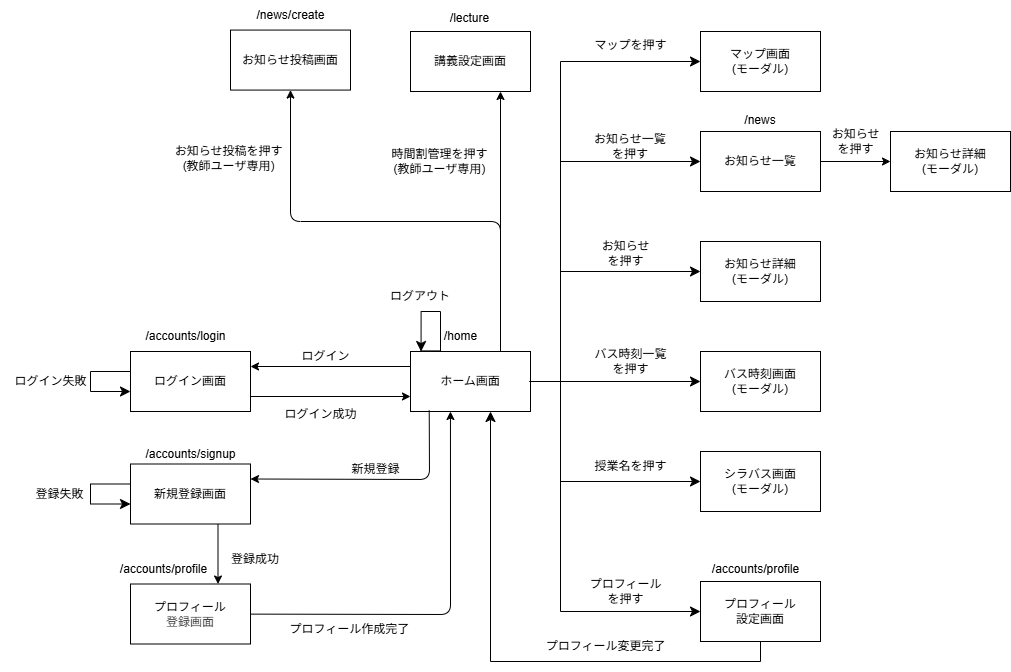
Above: docs/画面遷移図.drawio.png in haru186f/link-plus (draw.io), before the change. Source tidied: cells renumbered, new cells last; positions are measured from the earlier drawing's top-left corner, leaving out a move shared by most shapes.
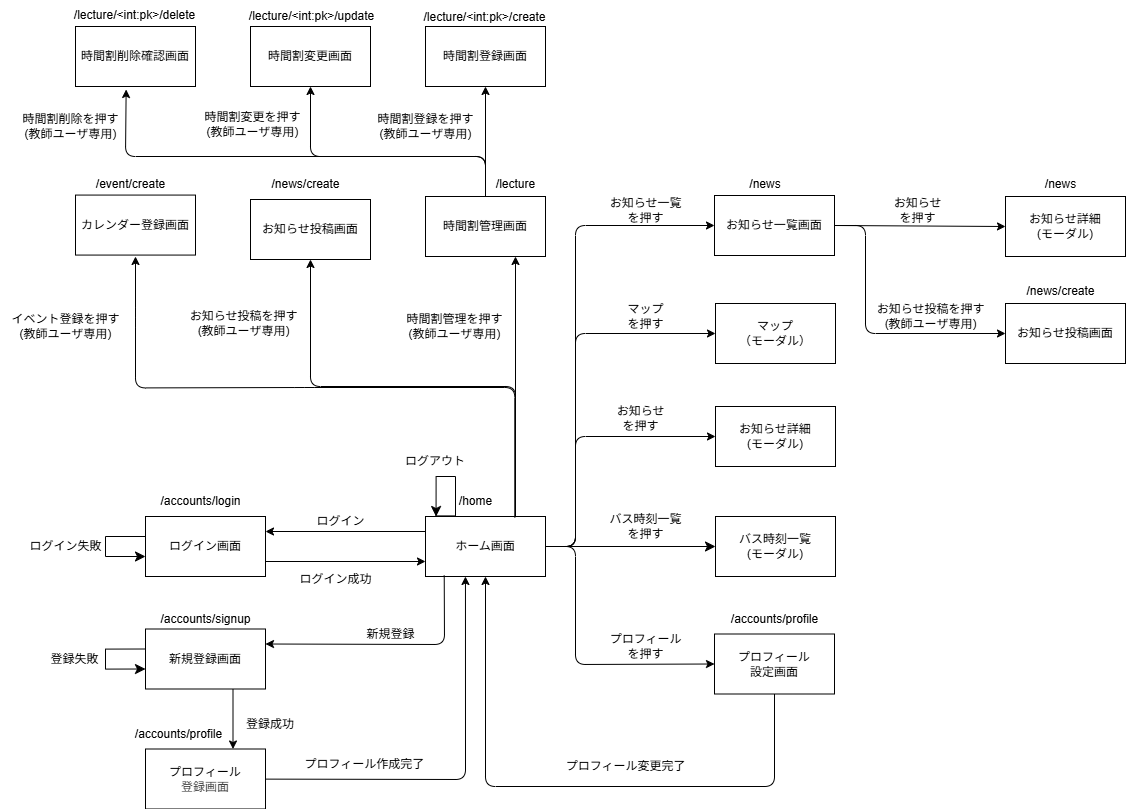
After the commit.

Commit message:
docs: 画面遷移図の修正

What changed in the source:
```diff
@@ -8,6 +8,38 @@
     <mxCell id="3" value="ログイン画面" style="rounded=0;whiteSpace=wrap;html=1;" parent="1" vertex="1">
       <mxGeometry x="130" y="351" width="120" height="60" as="geometry" />
     </mxCell>
+    <mxCell id="62" style="edgeStyle=none;html=1;exitX=1;exitY=0.5;exitDx=0;exitDy=0;entryX=0;entryY=0.5;entryDx=0;entryDy=0;" parent="1" edge="1" source="4" target="13">
+      <mxGeometry relative="1" as="geometry">
+        <Array as="points">
+          <mxPoint x="560" y="381" />
+          <mxPoint x="560" y="499" />
+        </Array>
+      </mxGeometry>
+    </mxCell>
+    <mxCell id="63" style="edgeStyle=none;html=1;entryX=0;entryY=0.5;entryDx=0;entryDy=0;" parent="1" edge="1" source="4" target="76">
+      <mxGeometry relative="1" as="geometry">
+        <Array as="points">
+          <mxPoint x="560" y="381" />
+          <mxPoint x="560" y="168" />
+        </Array>
+      </mxGeometry>
+    </mxCell>
+    <mxCell id="64" style="edgeStyle=none;html=1;exitX=1;exitY=0.5;exitDx=0;exitDy=0;entryX=0;entryY=0.5;entryDx=0;entryDy=0;" parent="1" edge="1" source="4" target="48">
+      <mxGeometry relative="1" as="geometry">
+        <Array as="points">
+          <mxPoint x="560" y="381" />
+          <mxPoint x="560" y="60" />
+        </Array>
+      </mxGeometry>
+    </mxCell>
+    <mxCell id="65" style="edgeStyle=none;html=1;exitX=1;exitY=0.5;exitDx=0;exitDy=0;entryX=0;entryY=0.5;entryDx=0;entryDy=0;" parent="1" edge="1" source="4" target="9">
+      <mxGeometry relative="1" as="geometry">
+        <Array as="points">
+          <mxPoint x="560" y="381" />
+          <mxPoint x="560" y="271" />
+        </Array>
+      </mxGeometry>
+    </mxCell>
     <mxCell id="4" value="ホーム画面" style="rounded=0;whiteSpace=wrap;html=1;" parent="1" vertex="1">
       <mxGeometry x="410" y="351" width="120" height="60" as="geometry" />
     </mxCell>
@@ -29,48 +61,27 @@
     <mxCell id="9" value="お知らせ詳細&lt;br&gt;(モーダル)" style="rounded=0;whiteSpace=wrap;html=1;" parent="1" vertex="1">
       <mxGeometry x="700" y="241" width="120" height="60" as="geometry" />
     </mxCell>
-    <mxCell id="10" value="バス時刻画面&lt;br&gt;(モーダル)" style="rounded=0;whiteSpace=wrap;html=1;" parent="1" vertex="1">
+    <mxCell id="10" value="バス時刻一覧&lt;br&gt;(モーダル)" style="rounded=0;whiteSpace=wrap;html=1;" parent="1" vertex="1">
       <mxGeometry x="700" y="351" width="120" height="60" as="geometry" />
     </mxCell>
-    <mxCell id="11" value="マップ画面&lt;br&gt;(モーダル)" style="rounded=0;whiteSpace=wrap;html=1;" parent="1" vertex="1">
-      <mxGeometry x="700" y="31" width="120" height="60" as="geometry" />
-    </mxCell>
-    <mxCell id="12" style="edgeStyle=segmentEdgeStyle;endArrow=classic;html=1;curved=0;rounded=0;endSize=8;startSize=8;exitX=1;exitY=0.5;exitDx=0;exitDy=0;entryX=0;entryY=0.5;entryDx=0;entryDy=0;" parent="1" edge="1" source="4" target="11">
-      <mxGeometry relative="1" as="geometry">
-        <Array as="points">
-          <mxPoint x="560" y="381" />
-          <mxPoint x="560" y="61" />
-        </Array>
-      </mxGeometry>
-    </mxCell>
+    <mxCell id="66" style="edgeStyle=none;html=1;exitX=0.5;exitY=1;exitDx=0;exitDy=0;entryX=0.5;entryY=1;entryDx=0;entryDy=0;" parent="1" edge="1" source="13" target="4">
+      <mxGeometry relative="1" as="geometry">
+        <Array as="points">
+          <mxPoint x="759" y="621" />
+          <mxPoint x="470" y="621" />
+        </Array>
+      </mxGeometry>
+    </mxCell>
     <mxCell id="13" value="プロフィール&lt;div&gt;設定画面&lt;/div&gt;" style="rounded=0;whiteSpace=wrap;html=1;" parent="1" vertex="1">
-      <mxGeometry x="700" y="581" width="120" height="60" as="geometry" />
+      <mxGeometry x="699" y="468.5" width="120" height="60" as="geometry" />
     </mxCell>
-    <mxCell id="14" style="edgeStyle=segmentEdgeStyle;endArrow=classic;html=1;curved=0;rounded=0;endSize=8;startSize=8;entryX=0;entryY=0.5;entryDx=0;entryDy=0;" parent="1" edge="1" target="9">
-      <mxGeometry relative="1" as="geometry">
-        <mxPoint x="530" y="381" as="sourcePoint" />
-        <Array as="points">
-          <mxPoint x="560" y="381" />
-          <mxPoint x="560" y="271" />
-        </Array>
-      </mxGeometry>
-    </mxCell>
     <mxCell id="15" style="edgeStyle=segmentEdgeStyle;endArrow=classic;html=1;curved=0;rounded=0;endSize=8;startSize=8;entryX=0;entryY=0.5;entryDx=0;entryDy=0;" parent="1" edge="1" target="10">
       <mxGeometry relative="1" as="geometry">
         <mxPoint x="530" y="381" as="sourcePoint" />
       </mxGeometry>
     </mxCell>
-    <mxCell id="16" style="edgeStyle=segmentEdgeStyle;endArrow=classic;html=1;curved=0;rounded=0;endSize=8;startSize=8;entryX=0;entryY=0.5;entryDx=0;entryDy=0;" parent="1" edge="1" target="13">
-      <mxGeometry relative="1" as="geometry">
-        <mxPoint x="530" y="381" as="sourcePoint" />
-        <Array as="points">
-          <mxPoint x="560" y="381" />
-          <mxPoint x="560" y="611" />
-        </Array>
-      </mxGeometry>
-    </mxCell>
-    <mxCell id="17" value="マップを押す" style="text;html=1;align=center;verticalAlign=middle;strokeColor=none;fillColor=none;" parent="1" vertex="1">
-      <mxGeometry x="580" y="30" width="100" height="30" as="geometry" />
+    <mxCell id="17" value="お知らせ一覧&lt;br&gt;を押す" style="text;html=1;align=center;verticalAlign=middle;strokeColor=none;fillColor=none;" parent="1" vertex="1">
+      <mxGeometry x="580" y="25" width="100" height="40" as="geometry" />
     </mxCell>
     <mxCell id="18" value="お知らせ&lt;br&gt;を押す" style="text;html=1;align=center;verticalAlign=middle;strokeColor=none;fillColor=none;" parent="1" vertex="1">
       <mxGeometry x="590" y="233" width="70" height="40" as="geometry" />
@@ -79,7 +90,7 @@
       <mxGeometry x="580" y="341" width="100" height="40" as="geometry" />
     </mxCell>
     <mxCell id="20" value="プロフィール&lt;div&gt;を押す&lt;/div&gt;" style="text;html=1;align=center;verticalAlign=middle;strokeColor=none;fillColor=none;" parent="1" vertex="1">
-      <mxGeometry x="575" y="571" width="100" height="40" as="geometry" />
+      <mxGeometry x="580" y="460.5" width="100" height="40" as="geometry" />
     </mxCell>
     <mxCell id="21" value="&lt;span style=&quot;color: rgb(0, 0, 0);&quot;&gt;プロフィール&lt;/span&gt;&lt;br style=&quot;color: rgb(63, 63, 63); scrollbar-color: rgb(226, 226, 226) rgb(251, 251, 251);&quot;&gt;&lt;div style=&quot;color: rgb(63, 63, 63); scrollbar-color: rgb(226, 226, 226) rgb(251, 251, 251);&quot;&gt;登録画面&lt;/div&gt;" style="rounded=0;whiteSpace=wrap;html=1;" parent="1" vertex="1">
       <mxGeometry x="130" y="583.5" width="120" height="60" as="geometry" />
@@ -105,51 +116,30 @@
       <mxGeometry x="430" y="321" width="60" height="30" as="geometry" />
     </mxCell>
     <mxCell id="26" value="/accounts/profile" style="text;html=1;align=center;verticalAlign=middle;strokeColor=none;fillColor=none;" parent="1" vertex="1">
-      <mxGeometry x="700" y="553.5" width="110" height="30" as="geometry" />
+      <mxGeometry x="704" y="438.5" width="110" height="30" as="geometry" />
     </mxCell>
-    <mxCell id="27" value="シラバス画面&lt;br&gt;(モーダル)" style="rounded=0;whiteSpace=wrap;html=1;" parent="1" vertex="1">
-      <mxGeometry x="700" y="451" width="120" height="60" as="geometry" />
-    </mxCell>
-    <mxCell id="28" style="edgeStyle=segmentEdgeStyle;endArrow=classic;html=1;curved=0;rounded=0;endSize=8;startSize=8;entryX=0;entryY=0.5;entryDx=0;entryDy=0;exitX=1;exitY=0.5;exitDx=0;exitDy=0;" parent="1" edge="1" source="4" target="27">
-      <mxGeometry relative="1" as="geometry">
-        <Array as="points">
-          <mxPoint x="560" y="381" />
-          <mxPoint x="560" y="481" />
-        </Array>
-      </mxGeometry>
-    </mxCell>
-    <mxCell id="29" value="授業名を押す" style="text;html=1;align=center;verticalAlign=middle;strokeColor=none;fillColor=none;" parent="1" vertex="1">
-      <mxGeometry x="580" y="451" width="100" height="30" as="geometry" />
-    </mxCell>
-    <mxCell id="30" style="edgeStyle=segmentEdgeStyle;endArrow=classic;html=1;curved=0;rounded=0;endSize=8;startSize=8;exitX=0.5;exitY=1;exitDx=0;exitDy=0;" parent="1" edge="1" source="13">
-      <mxGeometry relative="1" as="geometry">
-        <mxPoint x="490" y="411" as="targetPoint" />
-        <Array as="points">
-          <mxPoint x="760" y="661" />
-          <mxPoint x="490" y="661" />
-          <mxPoint x="490" y="411" />
-        </Array>
-      </mxGeometry>
-    </mxCell>
-    <mxCell id="31" value="プロフィール変更完了" style="text;html=1;align=center;verticalAlign=middle;strokeColor=none;fillColor=none;" parent="1" vertex="1">
-      <mxGeometry x="535" y="631" width="140" height="30" as="geometry" />
-    </mxCell>
     <mxCell id="32" value="ログイン" style="text;html=1;align=center;verticalAlign=middle;strokeColor=none;fillColor=none;" parent="1" vertex="1">
       <mxGeometry x="290" y="341" width="70" height="30" as="geometry" />
     </mxCell>
-    <mxCell id="33" style="edgeStyle=none;html=1;exitX=0.75;exitY=0;exitDx=0;exitDy=0;" parent="1" edge="1" target="36">
-      <mxGeometry relative="1" as="geometry">
-        <mxPoint x="499.3" y="29.6" as="sourcePoint" />
-      </mxGeometry>
-    </mxCell>
+    <mxCell id="67" style="edgeStyle=none;html=1;entryX=0.5;entryY=1;entryDx=0;entryDy=0;" parent="1" edge="1" source="34" target="74">
+      <mxGeometry relative="1" as="geometry" />
+    </mxCell>
+    <mxCell id="68" style="edgeStyle=none;html=1;entryX=0.5;entryY=1;entryDx=0;entryDy=0;" parent="1" edge="1" source="34" target="82">
+      <mxGeometry relative="1" as="geometry">
+        <Array as="points">
+          <mxPoint x="470" y="-9" />
+          <mxPoint x="295" y="-9" />
+        </Array>
+      </mxGeometry>
+    </mxCell>
-    <mxCell id="34" value="講義設定画面" style="rounded=0;whiteSpace=wrap;html=1;" parent="1" vertex="1">
+    <mxCell id="34" value="時間割管理画面" style="rounded=0;whiteSpace=wrap;html=1;" parent="1" vertex="1">
       <mxGeometry x="410" y="31" width="120" height="60" as="geometry" />
     </mxCell>
     <mxCell id="35" value="お知らせ投稿を押す&lt;br&gt;(教師ユーザ専用)" style="text;html=1;align=center;verticalAlign=middle;strokeColor=none;fillColor=none;" parent="1" vertex="1">
       <mxGeometry x="162.5" y="138" width="130" height="40" as="geometry" />
     </mxCell>
     <mxCell id="36" value="/lecture" style="text;html=1;align=center;verticalAlign=middle;points=[];strokeColor=none;fillColor=none;" parent="1" vertex="1">
-      <mxGeometry x="439.3" y="2.6" width="60" height="30" as="geometry" />
+      <mxGeometry x="470" y="4" width="60" height="30" as="geometry" />
     </mxCell>
     <mxCell id="37" style="edgeStyle=none;html=1;entryX=0.333;entryY=1;entryDx=0;entryDy=0;entryPerimeter=0;" parent="1" edge="1" source="21" target="4">
       <mxGeometry relative="1" as="geometry">
@@ -162,7 +152,7 @@
       <mxGeometry x="210" y="543.5" width="90" height="30" as="geometry" />
     </mxCell>
     <mxCell id="39" value="プロフィール作成完了" style="text;html=1;align=center;verticalAlign=middle;whiteSpace=wrap;rounded=0;" parent="1" vertex="1">
-      <mxGeometry x="287.5" y="613.5" width="122.5" height="30" as="geometry" />
+      <mxGeometry x="287.5" y="583.5" width="122.5" height="30" as="geometry" />
     </mxCell>
     <mxCell id="40" value="/accounts/login" style="text;html=1;align=center;verticalAlign=middle;strokeColor=none;fillColor=none;" parent="1" vertex="1">
       <mxGeometry x="135" y="321" width="100" height="30" as="geometry" />
@@ -190,16 +180,19 @@
     <mxCell id="45" value="ログイン成功" style="text;html=1;align=center;verticalAlign=middle;strokeColor=none;fillColor=none;" parent="1" vertex="1">
       <mxGeometry x="270" y="399" width="100" height="30" as="geometry" />
     </mxCell>
-    <mxCell id="46" style="edgeStyle=none;html=1;entryX=0;entryY=0.5;entryDx=0;entryDy=0;" parent="1" edge="1" source="48" target="55">
+    <mxCell id="46" style="edgeStyle=none;html=1;exitX=1;exitY=0.5;exitDx=0;exitDy=0;entryX=0;entryY=0.5;entryDx=0;entryDy=0;" parent="1" edge="1" source="48" target="55">
       <mxGeometry relative="1" as="geometry" />
     </mxCell>
-    <mxCell id="47" style="edgeStyle=none;html=1;exitX=0;exitY=0.5;exitDx=0;exitDy=0;" parent="1" edge="1" source="48">
-      <mxGeometry relative="1" as="geometry">
-        <mxPoint x="699.7" y="160.4" as="targetPoint" />
-      </mxGeometry>
-    </mxCell>
+    <mxCell id="69" style="edgeStyle=none;html=1;exitX=1;exitY=0.5;exitDx=0;exitDy=0;entryX=0;entryY=0.5;entryDx=0;entryDy=0;" parent="1" edge="1" source="48" target="78">
+      <mxGeometry relative="1" as="geometry">
+        <Array as="points">
+          <mxPoint x="850" y="60" />
+          <mxPoint x="850" y="168" />
+        </Array>
+      </mxGeometry>
+    </mxCell>
-    <mxCell id="48" value="お知らせ一覧" style="rounded=0;whiteSpace=wrap;html=1;" parent="1" vertex="1">
-      <mxGeometry x="700" y="131" width="120" height="60" as="geometry" />
+    <mxCell id="48" value="お知らせ一覧画面" style="rounded=0;whiteSpace=wrap;html=1;" parent="1" vertex="1">
+      <mxGeometry x="699" y="30" width="120" height="60" as="geometry" />
     </mxCell>
     <mxCell id="49" style="endArrow=classic;html=1;exitX=0.156;exitY=0.983;exitDx=0;exitDy=0;exitPerimeter=0;entryX=1;entryY=0.25;entryDx=0;entryDy=0;" parent="1" edge="1" source="4" target="7">
       <mxGeometry relative="1" as="geometry">
@@ -209,23 +202,11 @@
       </mxGeometry>
     </mxCell>
     <mxCell id="50" value="/news" style="text;html=1;align=center;verticalAlign=middle;whiteSpace=wrap;rounded=0;" parent="1" vertex="1">
-      <mxGeometry x="730" y="105" width="60" height="30" as="geometry" />
+      <mxGeometry x="720" y="4" width="60" height="30" as="geometry" />
     </mxCell>
     <mxCell id="51" value="新規登録" style="text;html=1;align=center;verticalAlign=middle;strokeColor=none;fillColor=none;" parent="1" vertex="1">
       <mxGeometry x="340" y="453.5" width="70" height="30" as="geometry" />
     </mxCell>
-    <mxCell id="52" style="edgeStyle=segmentEdgeStyle;endArrow=classic;html=1;curved=0;rounded=0;endSize=8;startSize=8;exitX=1;exitY=0.5;exitDx=0;exitDy=0;entryX=0;entryY=0.5;entryDx=0;entryDy=0;" parent="1" edge="1" target="48">
-      <mxGeometry relative="1" as="geometry">
-        <mxPoint x="528.8" y="381" as="sourcePoint" />
-        <Array as="points">
-          <mxPoint x="560" y="381" />
-          <mxPoint x="560" y="161" />
-        </Array>
-      </mxGeometry>
-    </mxCell>
-    <mxCell id="53" value="お知らせ一覧&lt;br&gt;を押す" style="text;html=1;align=center;verticalAlign=middle;whiteSpace=wrap;rounded=0;" parent="1" vertex="1">
-      <mxGeometry x="575" y="131" width="110" height="30" as="geometry" />
-    </mxCell>
     <mxCell id="54" style="edgeStyle=segmentEdgeStyle;endArrow=classic;html=1;curved=0;rounded=0;endSize=8;startSize=8;" parent="1" edge="1">
       <mxGeometry relative="1" as="geometry">
         <mxPoint x="130" y="371" as="sourcePoint" />
@@ -238,16 +219,16 @@
       </mxGeometry>
     </mxCell>
     <mxCell id="55" value="お知らせ詳細&lt;br&gt;(モーダル)" style="rounded=0;whiteSpace=wrap;html=1;" parent="1" vertex="1">
-      <mxGeometry x="890" y="131" width="120" height="60" as="geometry" />
+      <mxGeometry x="990" y="31" width="120" height="60" as="geometry" />
     </mxCell>
     <mxCell id="56" value="お知らせ&lt;br&gt;を押す" style="text;html=1;align=center;verticalAlign=middle;strokeColor=none;fillColor=none;" parent="1" vertex="1">
-      <mxGeometry x="820" y="121" width="70" height="40" as="geometry" />
+      <mxGeometry x="867" y="25" width="70" height="40" as="geometry" />
     </mxCell>
     <mxCell id="57" value="お知らせ投稿画面" style="rounded=0;whiteSpace=wrap;html=1;" parent="1" vertex="1">
-      <mxGeometry x="230" y="29.6" width="120" height="60" as="geometry" />
+      <mxGeometry x="235" y="34" width="120" height="60" as="geometry" />
     </mxCell>
     <mxCell id="58" value="/news/create" style="text;html=1;align=center;verticalAlign=middle;strokeColor=none;fillColor=none;" parent="1" vertex="1">
-      <mxGeometry x="245" y="-0.4" width="90" height="30" as="geometry" />
+      <mxGeometry x="245" y="3.6" width="90" height="30" as="geometry" />
     </mxCell>
     <mxCell id="59" value="時間割管理を押す&lt;br&gt;(教師ユーザ専用)" style="text;html=1;align=center;verticalAlign=middle;strokeColor=none;fillColor=none;" parent="1" vertex="1">
       <mxGeometry x="379.3" y="141" width="120" height="40" as="geometry" />
@@ -259,9 +240,86 @@
       <mxGeometry relative="1" as="geometry">
         <Array as="points">
           <mxPoint x="500" y="221" />
-          <mxPoint x="290" y="221" />
+          <mxPoint x="295" y="221" />
         </Array>
       </mxGeometry>
     </mxCell>
+    <mxCell id="70" style="endArrow=classic;html=1;exitX=0.75;exitY=0;exitDx=0;exitDy=0;" parent="1" edge="1">
+      <mxGeometry relative="1" as="geometry">
+        <mxPoint x="499.3" y="352" as="sourcePoint" />
+        <mxPoint x="120" y="91" as="targetPoint" />
+        <Array as="points">
+          <mxPoint x="499.3" y="222" />
+          <mxPoint x="289.3" y="222" />
+          <mxPoint x="120" y="222.4" />
+          <mxPoint x="120" y="152.4" />
+        </Array>
+      </mxGeometry>
+    </mxCell>
+    <mxCell id="71" value="カレンダー登録画面" style="rounded=0;whiteSpace=wrap;html=1;" parent="1" vertex="1">
+      <mxGeometry x="60" y="29.6" width="120" height="60" as="geometry" />
+    </mxCell>
+    <mxCell id="72" value="/event/create" style="text;html=1;align=center;verticalAlign=middle;strokeColor=none;fillColor=none;" parent="1" vertex="1">
+      <mxGeometry x="70" y="4" width="90" height="30" as="geometry" />
+    </mxCell>
+    <mxCell id="73" value="イベント登録を押す&lt;br&gt;(教師ユーザ専用)" style="text;html=1;align=center;verticalAlign=middle;strokeColor=none;fillColor=none;" parent="1" vertex="1">
+      <mxGeometry x="-15" y="141" width="130" height="40" as="geometry" />
+    </mxCell>
+    <mxCell id="74" value="時間割登録画面" style="whiteSpace=wrap;html=1;" parent="1" vertex="1">
+      <mxGeometry x="410" y="-139" width="120" height="60" as="geometry" />
+    </mxCell>
+    <mxCell id="75" value="/lecture/&amp;lt;int:pk&amp;gt;/create" style="text;html=1;align=center;verticalAlign=middle;strokeColor=none;fillColor=none;" parent="1" vertex="1">
+      <mxGeometry x="394" y="-163" width="150" height="30" as="geometry" />
+    </mxCell>
+    <mxCell id="31" value="プロフィール変更完了" style="text;html=1;align=center;verticalAlign=middle;strokeColor=none;fillColor=none;" parent="1" vertex="1">
+      <mxGeometry x="540" y="585.5" width="140" height="30" as="geometry" />
+    </mxCell>
+    <mxCell id="76" value="マップ&lt;br&gt;（モーダル）" style="rounded=0;whiteSpace=wrap;html=1;" parent="1" vertex="1">
+      <mxGeometry x="700" y="138" width="120" height="60" as="geometry" />
+    </mxCell>
+    <mxCell id="77" value="マップ&lt;br&gt;を押す" style="text;html=1;align=center;verticalAlign=middle;strokeColor=none;fillColor=none;" parent="1" vertex="1">
+      <mxGeometry x="600" y="131" width="60" height="40" as="geometry" />
+    </mxCell>
+    <mxCell id="78" value="お知らせ投稿画面" style="rounded=0;whiteSpace=wrap;html=1;" parent="1" vertex="1">
+      <mxGeometry x="990" y="138" width="120" height="60" as="geometry" />
+    </mxCell>
+    <mxCell id="79" value="お知らせ投稿を押す&lt;br&gt;(教師ユーザ専用)" style="text;html=1;align=center;verticalAlign=middle;strokeColor=none;fillColor=none;" parent="1" vertex="1">
+      <mxGeometry x="850" y="131" width="130" height="40" as="geometry" />
+    </mxCell>
+    <mxCell id="80" value="/news/create" style="text;html=1;align=center;verticalAlign=middle;strokeColor=none;fillColor=none;" parent="1" vertex="1">
+      <mxGeometry x="1000" y="111" width="90" height="30" as="geometry" />
+    </mxCell>
+    <mxCell id="81" value="/news" style="text;html=1;align=center;verticalAlign=middle;strokeColor=none;fillColor=none;" parent="1" vertex="1">
+      <mxGeometry x="1020" y="3.6" width="50" height="30" as="geometry" />
+    </mxCell>
+    <mxCell id="82" value="時間割変更画面" style="whiteSpace=wrap;html=1;" parent="1" vertex="1">
+      <mxGeometry x="235" y="-139" width="120" height="60" as="geometry" />
+    </mxCell>
+    <mxCell id="83" value="/lecture/&amp;lt;int:pk&amp;gt;/update" style="text;html=1;align=center;verticalAlign=middle;strokeColor=none;fillColor=none;" parent="1" vertex="1">
+      <mxGeometry x="221" y="-164" width="150" height="30" as="geometry" />
+    </mxCell>
+    <mxCell id="84" value="時間割登録を押す&lt;br&gt;(教師ユーザ専用)" style="text;html=1;align=center;verticalAlign=middle;strokeColor=none;fillColor=none;" parent="1" vertex="1">
+      <mxGeometry x="350" y="-59" width="120" height="40" as="geometry" />
+    </mxCell>
+    <mxCell id="85" value="時間割削除確認画面" style="rounded=0;whiteSpace=wrap;html=1;" parent="1" vertex="1">
+      <mxGeometry x="60" y="-139" width="120" height="60" as="geometry" />
+    </mxCell>
+    <mxCell id="86" value="/lecture/&amp;lt;int:pk&amp;gt;/delete" style="text;html=1;align=center;verticalAlign=middle;strokeColor=none;fillColor=none;" parent="1" vertex="1">
+      <mxGeometry x="49" y="-165" width="140" height="30" as="geometry" />
+    </mxCell>
+    <mxCell id="87" style="edgeStyle=none;html=1;entryX=0.422;entryY=1.05;entryDx=0;entryDy=0;entryPerimeter=0;" parent="1" edge="1" source="34" target="85">
+      <mxGeometry relative="1" as="geometry">
+        <Array as="points">
+          <mxPoint x="470" y="-9" />
+          <mxPoint x="110" y="-9" />
+        </Array>
+      </mxGeometry>
+    </mxCell>
+    <mxCell id="88" value="時間割削除を押す&lt;br&gt;(教師ユーザ専用)" style="text;html=1;align=center;verticalAlign=middle;strokeColor=none;fillColor=none;" parent="1" vertex="1">
+      <mxGeometry x="-5" y="-59" width="120" height="40" as="geometry" />
+    </mxCell>
+    <mxCell id="89" value="時間割変更を押す&lt;br&gt;(教師ユーザ専用)" style="text;html=1;align=center;verticalAlign=middle;strokeColor=none;fillColor=none;" parent="1" vertex="1">
+      <mxGeometry x="180" y="-62" width="114" height="41" as="geometry" />
+    </mxCell>
   </root>
 </mxGraphModel>
```
